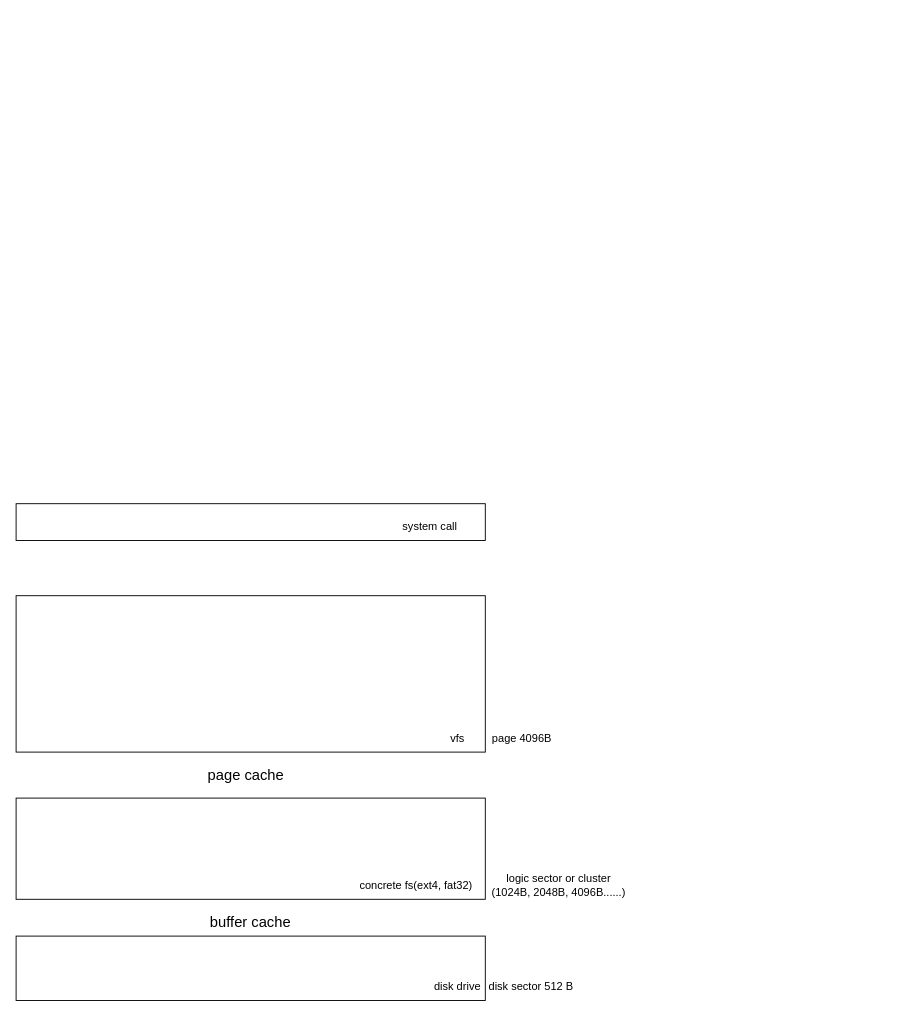
Before: tatakos.drawio in DavidZyy/drawio_repo, a draw.io diagram. Source tidied: cells renumbered, new cells numbered last; positions are measured from the earlier drawing's top-left corner, leaving out a move shared by most shapes. Both pictures are drawn from the tidied source at 92%, with x=0, y=0 at pixel (16, 503).
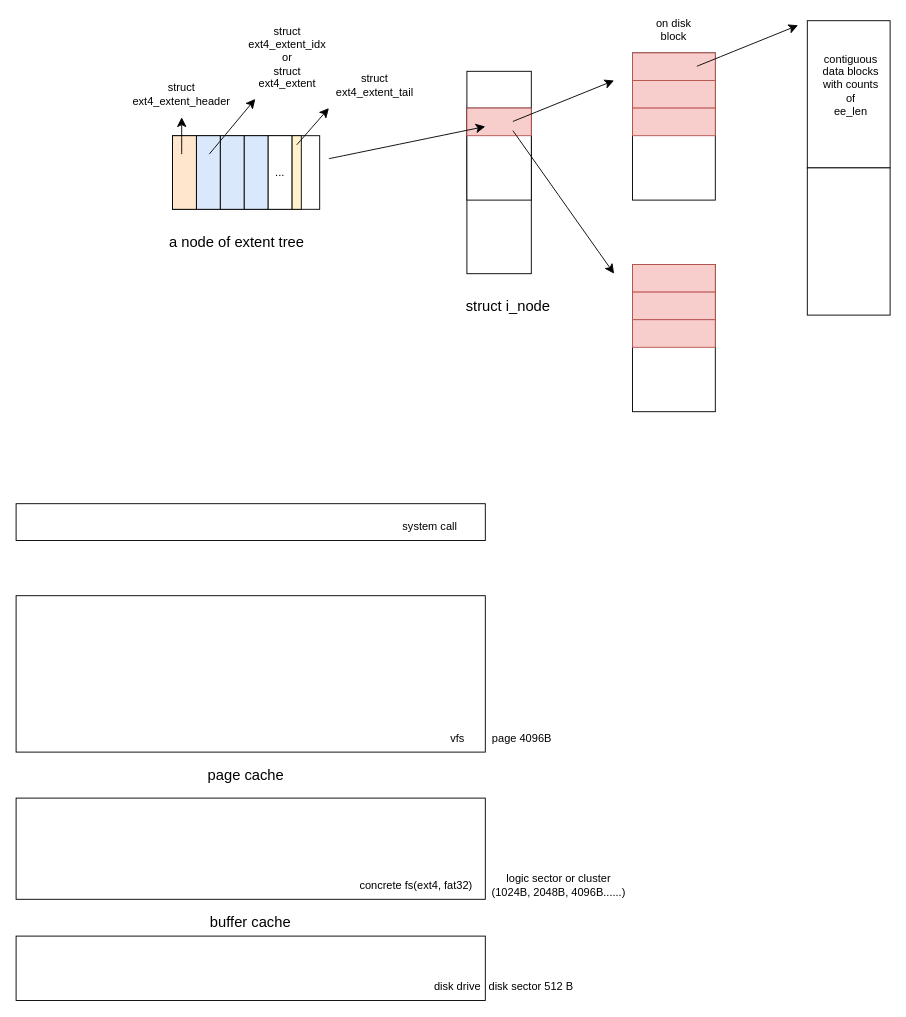
Above is the later version.

Change to the diagram source:
```diff
@@
+    <mxCell id="15" style="rounded=0;whiteSpace=wrap;html=1;fontSize=16;direction=east;" parent="1" vertex="1">
+      <mxGeometry x="490" y="-470" width="70" height="220" as="geometry" />
+    </mxCell>
+    <mxCell id="16" value="struct i_node" style="text;strokeColor=none;align=center;fillColor=none;html=1;verticalAlign=middle;whiteSpace=wrap;rounded=0;fontSize=16;" parent="1" vertex="1">
+      <mxGeometry x="470" y="-230" width="130" height="30" as="geometry" />
+    </mxCell>
+    <mxCell id="17" style="rounded=0;whiteSpace=wrap;html=1;fontSize=16;" parent="1" vertex="1">
+      <mxGeometry x="170" y="-400" width="160" height="80" as="geometry" />
+    </mxCell>
+    <mxCell id="18" style="rounded=0;whiteSpace=wrap;html=1;fontSize=16;fillColor=#ffe6cc;strokeColor=#000000;" parent="1" vertex="1">
+      <mxGeometry x="170" y="-400" width="26" height="80" as="geometry" />
+    </mxCell>
+    <mxCell id="19" value="a node of extent tree" style="text;strokeColor=none;align=center;fillColor=none;html=1;verticalAlign=middle;whiteSpace=wrap;rounded=0;fontSize=16;" parent="1" vertex="1">
+      <mxGeometry x="140" y="-300" width="200" height="30" as="geometry" />
+    </mxCell>
+    <mxCell id="20" value="struct ext4_extent_header" style="text;strokeColor=none;align=center;fillColor=none;html=1;verticalAlign=middle;whiteSpace=wrap;rounded=0;fontSize=12;fontFamily=Helvetica;fontColor=default;" parent="1" vertex="1">
+      <mxGeometry x="150" y="-460" width="60" height="30" as="geometry" />
+    </mxCell>
+    <mxCell id="21" style="rounded=0;whiteSpace=wrap;html=1;fontSize=16;fillColor=#dae8fc;strokeColor=#000000;" parent="1" vertex="1">
+      <mxGeometry x="196" y="-400" width="26" height="80" as="geometry" />
+    </mxCell>
+    <mxCell id="22" style="rounded=0;whiteSpace=wrap;html=1;fontSize=16;fillColor=#dae8fc;strokeColor=#000000;" parent="1" vertex="1">
+      <mxGeometry x="222" y="-400" width="26" height="80" as="geometry" />
+    </mxCell>
+    <mxCell id="23" style="rounded=0;whiteSpace=wrap;html=1;fontSize=16;fillColor=#dae8fc;strokeColor=#000000;" parent="1" vertex="1">
+      <mxGeometry x="248" y="-400" width="26" height="80" as="geometry" />
+    </mxCell>
+    <mxCell id="24" style="rounded=0;whiteSpace=wrap;html=1;fontSize=16;" parent="1" vertex="1">
+      <mxGeometry x="274" y="-400" width="26" height="80" as="geometry" />
+    </mxCell>
+    <mxCell id="25" value="..." style="text;strokeColor=none;align=center;fillColor=none;html=1;verticalAlign=middle;whiteSpace=wrap;rounded=0;fontSize=12;fontFamily=Helvetica;fontColor=default;" parent="1" vertex="1">
+      <mxGeometry x="257" y="-375" width="60" height="30" as="geometry" />
+    </mxCell>
+    <mxCell id="26" style="rounded=0;whiteSpace=wrap;html=1;fontSize=16;fillColor=#fff2cc;strokeColor=#000000;" parent="1" vertex="1">
+      <mxGeometry x="300" y="-400" width="10" height="80" as="geometry" />
+    </mxCell>
+    <mxCell id="27" value="struct ext4_extent_idx&lt;br&gt;or&lt;br&gt;struct&lt;br&gt;ext4_extent" style="text;strokeColor=none;align=center;fillColor=none;html=1;verticalAlign=middle;whiteSpace=wrap;rounded=0;fontSize=12;fontFamily=Helvetica;fontColor=default;" parent="1" vertex="1">
+      <mxGeometry x="265" y="-500" width="60" height="30" as="geometry" />
+    </mxCell>
+    <mxCell id="28" style="edgeStyle=none;orthogonalLoop=1;jettySize=auto;html=1;rounded=0;labelBackgroundColor=default;strokeColor=default;fontFamily=Helvetica;fontSize=12;fontColor=default;endArrow=classic;endFill=1;startSize=8;endSize=8;shape=connector;curved=1;" parent="1" edge="1">
+      <mxGeometry relative="1" as="geometry">
+        <mxPoint x="180" y="-380" as="sourcePoint" />
+        <mxPoint x="180" y="-420" as="targetPoint" />
+      </mxGeometry>
+    </mxCell>
+    <mxCell id="29" style="edgeStyle=none;orthogonalLoop=1;jettySize=auto;html=1;rounded=0;labelBackgroundColor=default;strokeColor=default;fontFamily=Helvetica;fontSize=12;fontColor=default;endArrow=classic;endFill=1;startSize=8;endSize=8;shape=connector;curved=1;" parent="1" edge="1">
+      <mxGeometry relative="1" as="geometry">
+        <mxPoint x="210" y="-380" as="sourcePoint" />
+        <mxPoint x="260" y="-440" as="targetPoint" />
+      </mxGeometry>
+    </mxCell>
+    <mxCell id="30" value="struct&lt;br&gt;ext4_extent_tail" style="text;strokeColor=none;align=center;fillColor=none;html=1;verticalAlign=middle;whiteSpace=wrap;rounded=0;fontSize=12;fontFamily=Helvetica;fontColor=default;" parent="1" vertex="1">
+      <mxGeometry x="360" y="-470" width="60" height="30" as="geometry" />
+    </mxCell>
+    <mxCell id="31" style="edgeStyle=none;orthogonalLoop=1;jettySize=auto;html=1;rounded=0;labelBackgroundColor=default;strokeColor=default;fontFamily=Helvetica;fontSize=12;fontColor=default;endArrow=classic;endFill=1;startSize=8;endSize=8;shape=connector;curved=1;" parent="1" edge="1">
+      <mxGeometry relative="1" as="geometry">
+        <mxPoint x="305" y="-390" as="sourcePoint" />
+        <mxPoint x="340" y="-430" as="targetPoint" />
+      </mxGeometry>
+    </mxCell>
+    <mxCell id="32" style="rounded=0;whiteSpace=wrap;html=1;fontFamily=Helvetica;fontSize=12;fontColor=default;" parent="1" vertex="1">
+      <mxGeometry x="490" y="-430" width="70" height="100" as="geometry" />
+    </mxCell>
+    <mxCell id="33" style="rounded=0;whiteSpace=wrap;html=1;fontFamily=Helvetica;fontSize=12;fillColor=#f8cecc;strokeColor=#b85450;" parent="1" vertex="1">
+      <mxGeometry x="490" y="-430" width="70" height="30" as="geometry" />
+    </mxCell>
+    <mxCell id="34" style="edgeStyle=none;orthogonalLoop=1;jettySize=auto;html=1;rounded=0;labelBackgroundColor=default;strokeColor=default;fontFamily=Helvetica;fontSize=12;fontColor=default;endArrow=classic;endFill=1;startSize=8;endSize=8;shape=connector;curved=1;" parent="1" edge="1">
+      <mxGeometry relative="1" as="geometry">
+        <mxPoint x="540" y="-415.5" as="sourcePoint" />
+        <mxPoint x="650" y="-460" as="targetPoint" />
+      </mxGeometry>
+    </mxCell>
+    <mxCell id="35" style="edgeStyle=none;jettySize=auto;html=1;rounded=0;labelBackgroundColor=default;strokeColor=default;fontFamily=Helvetica;fontSize=12;fontColor=default;endArrow=classic;endFill=1;startSize=8;endSize=8;shape=connector;curved=1;entryX=0.286;entryY=0.667;entryDx=0;entryDy=0;entryPerimeter=0;" parent="1" edge="1" target="33">
+      <mxGeometry relative="1" as="geometry">
+        <mxPoint x="340" y="-375" as="sourcePoint" />
+      </mxGeometry>
+    </mxCell>
+    <mxCell id="36" style="whiteSpace=wrap;html=1;fontFamily=Helvetica;fontSize=12;fontColor=default;" parent="1" vertex="1">
+      <mxGeometry x="670" y="-490" width="90" height="160" as="geometry" />
+    </mxCell>
+    <mxCell id="37" value="on disk block" style="text;strokeColor=none;align=center;fillColor=none;html=1;verticalAlign=middle;whiteSpace=wrap;rounded=0;fontSize=12;fontFamily=Helvetica;fontColor=default;" parent="1" vertex="1">
+      <mxGeometry x="685" y="-530" width="60" height="30" as="geometry" />
+    </mxCell>
+    <mxCell id="38" style="edgeStyle=none;orthogonalLoop=1;jettySize=auto;html=1;rounded=0;labelBackgroundColor=default;strokeColor=default;fontFamily=Helvetica;fontSize=12;fontColor=default;endArrow=classic;endFill=1;startSize=8;endSize=8;shape=connector;curved=1;" parent="1" edge="1">
+      <mxGeometry relative="1" as="geometry">
+        <mxPoint x="540" y="-405.5" as="sourcePoint" />
+        <mxPoint x="650" y="-250" as="targetPoint" />
+      </mxGeometry>
+    </mxCell>
+    <mxCell id="39" style="whiteSpace=wrap;html=1;fontFamily=Helvetica;fontSize=12;fontColor=default;" parent="1" vertex="1">
+      <mxGeometry x="670" y="-260" width="90" height="160" as="geometry" />
+    </mxCell>
+    <mxCell id="40" style="rounded=0;whiteSpace=wrap;html=1;fontFamily=Helvetica;fontSize=12;fillColor=#f8cecc;strokeColor=#b85450;" parent="1" vertex="1">
+      <mxGeometry x="670" y="-490" width="90" height="30" as="geometry" />
+    </mxCell>
+    <mxCell id="41" style="rounded=0;whiteSpace=wrap;html=1;fontFamily=Helvetica;fontSize=12;fillColor=#f8cecc;strokeColor=#b85450;" parent="1" vertex="1">
+      <mxGeometry x="670" y="-460" width="90" height="30" as="geometry" />
+    </mxCell>
+    <mxCell id="42" style="rounded=0;whiteSpace=wrap;html=1;fontFamily=Helvetica;fontSize=12;fillColor=#f8cecc;strokeColor=#b85450;" parent="1" vertex="1">
+      <mxGeometry x="670" y="-430" width="90" height="30" as="geometry" />
+    </mxCell>
+    <mxCell id="43" style="rounded=0;whiteSpace=wrap;html=1;fontFamily=Helvetica;fontSize=12;fillColor=#f8cecc;strokeColor=#b85450;" parent="1" vertex="1">
+      <mxGeometry x="670" y="-260" width="90" height="30" as="geometry" />
+    </mxCell>
+    <mxCell id="44" style="rounded=0;whiteSpace=wrap;html=1;fontFamily=Helvetica;fontSize=12;fillColor=#f8cecc;strokeColor=#b85450;" parent="1" vertex="1">
+      <mxGeometry x="670" y="-230" width="90" height="30" as="geometry" />
+    </mxCell>
+    <mxCell id="45" style="rounded=0;whiteSpace=wrap;html=1;fontFamily=Helvetica;fontSize=12;fillColor=#f8cecc;strokeColor=#b85450;" parent="1" vertex="1">
+      <mxGeometry x="670" y="-200" width="90" height="30" as="geometry" />
+    </mxCell>
+    <mxCell id="46" style="edgeStyle=none;orthogonalLoop=1;jettySize=auto;html=1;rounded=0;labelBackgroundColor=default;strokeColor=default;fontFamily=Helvetica;fontSize=12;fontColor=default;endArrow=classic;endFill=1;startSize=8;endSize=8;shape=connector;curved=1;" parent="1" edge="1">
+      <mxGeometry relative="1" as="geometry">
+        <mxPoint x="740" y="-475.5" as="sourcePoint" />
+        <mxPoint x="850" y="-520" as="targetPoint" />
+      </mxGeometry>
+    </mxCell>
+    <mxCell id="47" style="whiteSpace=wrap;html=1;fontFamily=Helvetica;fontSize=12;fontColor=default;" parent="1" vertex="1">
+      <mxGeometry x="860" y="-525" width="90" height="160" as="geometry" />
+    </mxCell>
+    <mxCell id="48" value="contiguous&lt;br&gt;data blocks&lt;br&gt;with counts of&lt;br&gt;ee_len" style="text;strokeColor=none;align=center;fillColor=none;html=1;verticalAlign=middle;whiteSpace=wrap;rounded=0;fontSize=12;fontFamily=Helvetica;fontColor=default;" parent="1" vertex="1">
+      <mxGeometry x="875" y="-470" width="65" height="30" as="geometry" />
+    </mxCell>
+    <mxCell id="49" style="whiteSpace=wrap;html=1;fontFamily=Helvetica;fontSize=12;fontColor=default;" parent="1" vertex="1">
+      <mxGeometry x="860" y="-365" width="90" height="160" as="geometry" />
+    </mxCell>
```
